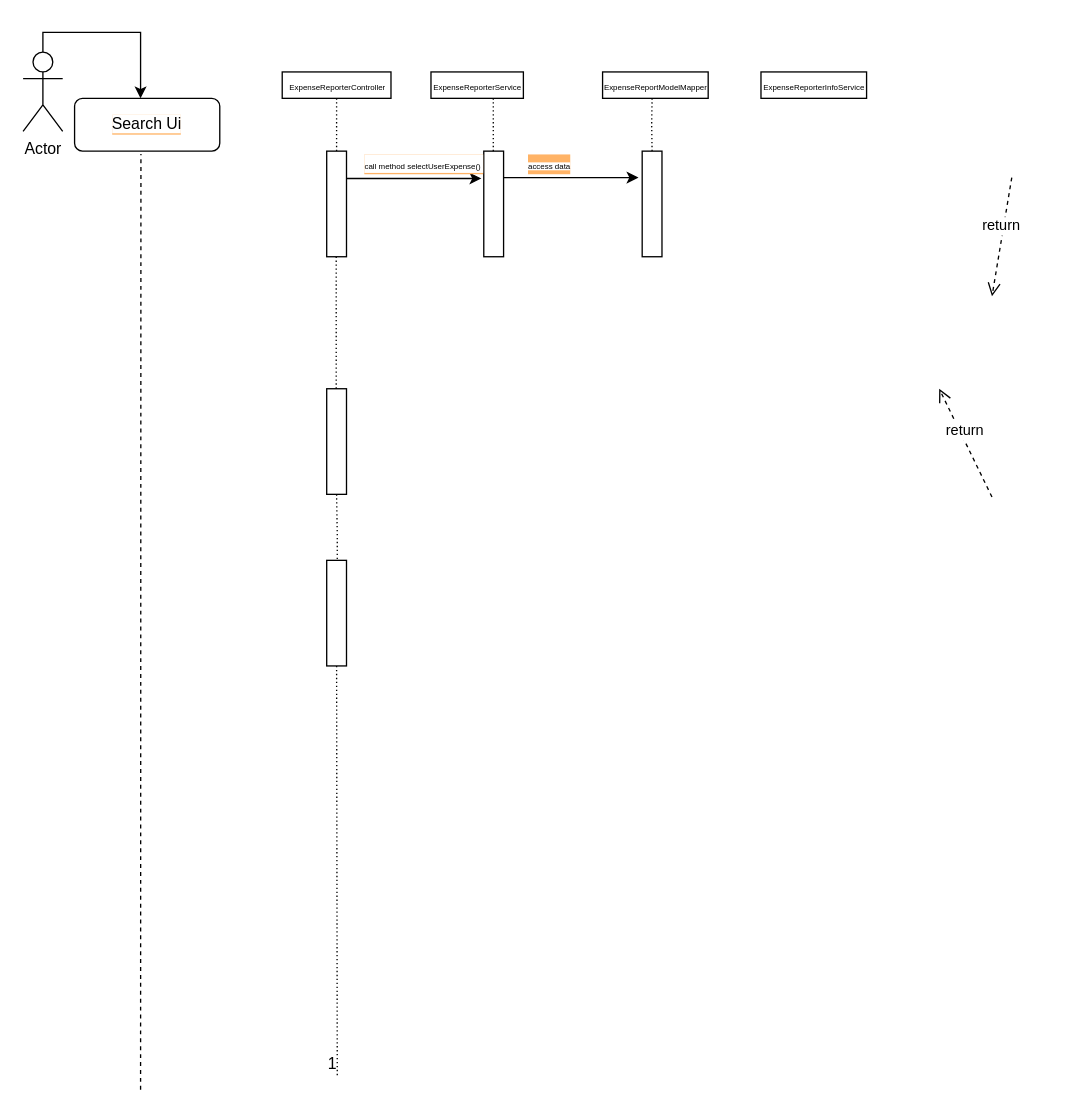
This is Sequence Diagram.drawio from Steven-Chuang-Yuan/task, a draw.io file, before an edit. Source tidied: cells renumbered, new cells numbered last; positions are measured from the earlier drawing's top-left corner, leaving out a move shared by most shapes. Both pictures are drawn from the tidied source at 132%, with x=0, y=0 at pixel (22, 32).
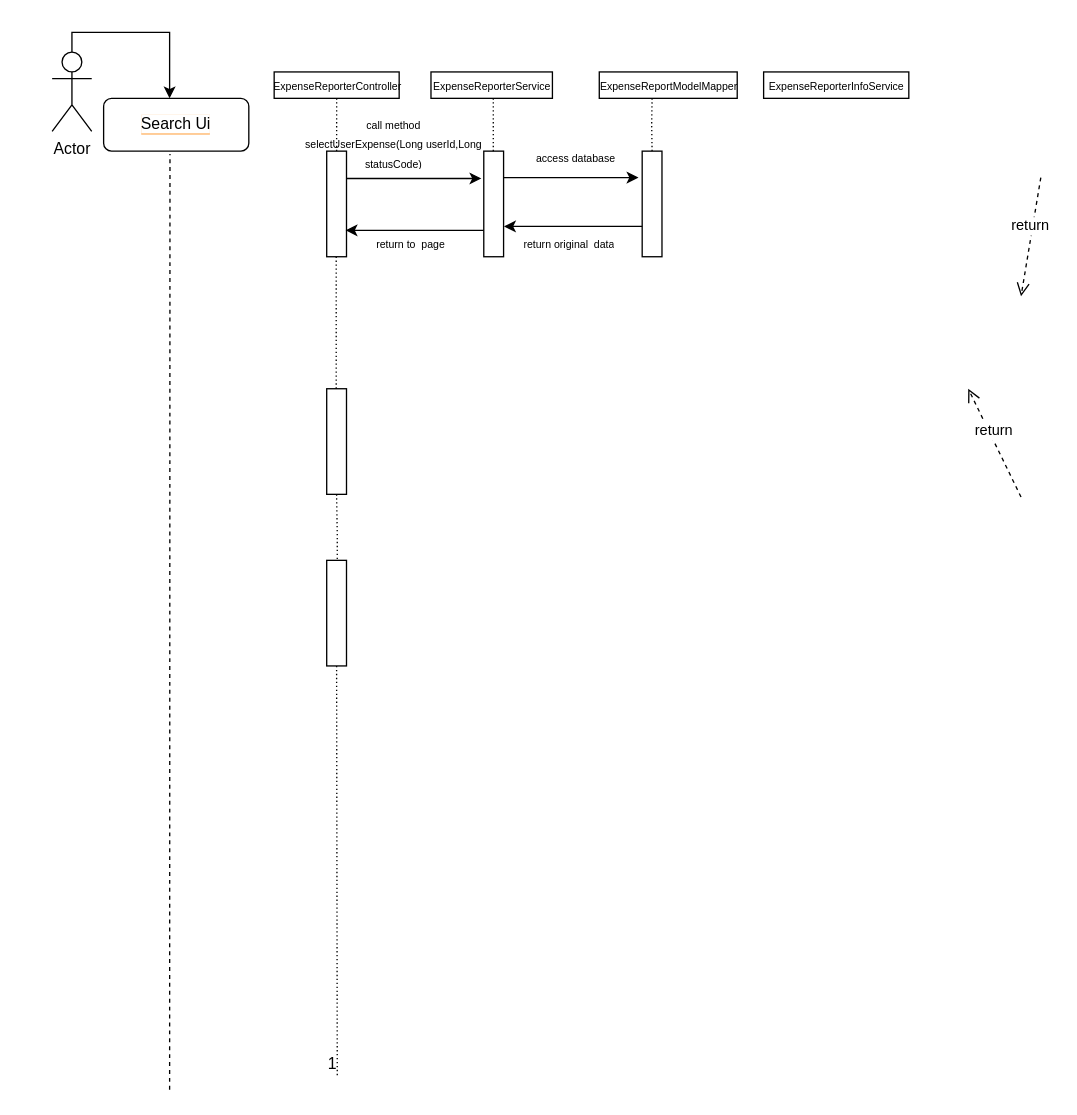
The same diagram, later.

Unchanged cells that the change refers to:
```xml
<mxCell id="25" style="points=[];perimeter=orthogonalPerimeter;rounded=0;shadow=0;strokeWidth=1;" parent="1" vertex="1">
  <mxGeometry x="349" y="90" width="15" height="80" as="geometry" />
</mxCell>
<mxCell id="30" style="points=[];perimeter=orthogonalPerimeter;rounded=0;shadow=0;strokeWidth=1;" parent="1" vertex="1">
  <mxGeometry x="469" y="90" width="15" height="80" as="geometry" />
</mxCell>
```

The edit, as a diff of the source:
```diff
@@
     <mxCell id="2" value="return" style="verticalAlign=bottom;endArrow=open;dashed=1;endSize=8;exitX=0;exitY=0.95;shadow=0;strokeWidth=1;" parent="1" edge="1">
       <mxGeometry relative="1" as="geometry">
-        <mxPoint x="734" y="352" as="sourcePoint" />
-        <mxPoint x="694" y="270" as="targetPoint" />
+        <mxPoint x="756" y="352" as="sourcePoint" />
+        <mxPoint x="716" y="270" as="targetPoint" />
       </mxGeometry>
     </mxCell>
     <mxCell id="3" value="return" style="verticalAlign=bottom;endArrow=open;dashed=1;endSize=8;shadow=0;strokeWidth=1;" parent="1" edge="1">
       <mxGeometry relative="1" as="geometry">
-        <mxPoint x="749" y="110" as="sourcePoint" />
-        <mxPoint x="734" y="200" as="targetPoint" />
+        <mxPoint x="771" y="110" as="sourcePoint" />
+        <mxPoint x="756" y="200" as="targetPoint" />
       </mxGeometry>
     </mxCell>
-    <mxCell id="4" value="&lt;font style=&quot;font-size: 6px&quot;&gt;ExpenseReporterController&lt;/font&gt;" style="html=1;" parent="1" vertex="1">
-      <mxGeometry x="196.3" y="30" width="82.4" height="20" as="geometry" />
+    <mxCell id="4" value="&lt;font style=&quot;font-size: 8px&quot;&gt;ExpenseReporterController&lt;/font&gt;" style="html=1;" parent="1" vertex="1">
+      <mxGeometry x="190.2" y="30" width="94.7" height="20" as="geometry" />
     </mxCell>
-    <mxCell id="5" value="&lt;font style=&quot;font-size: 6px&quot;&gt;ExpenseReporterService&lt;/font&gt;" style="html=1;" parent="1" vertex="1">
-      <mxGeometry x="309" y="30" width="70" height="20" as="geometry" />
+    <mxCell id="5" value="&lt;font style=&quot;font-size: 8px&quot;&gt;ExpenseReporterService&lt;/font&gt;" style="html=1;" parent="1" vertex="1">
+      <mxGeometry x="309" y="30" width="92" height="20" as="geometry" />
     </mxCell>
-    <mxCell id="6" value="&lt;font style=&quot;font-size: 6px&quot;&gt;ExpenseReportModelMapper&lt;/font&gt;" style="html=1;" parent="1" vertex="1">
-      <mxGeometry x="439" y="30" width="80" height="20" as="geometry" />
+    <mxCell id="6" value="&lt;font style=&quot;font-size: 8px&quot;&gt;ExpenseReportModelMapper&lt;/font&gt;" style="html=1;" parent="1" vertex="1">
+      <mxGeometry x="436.5" y="30" width="104.5" height="20" as="geometry" />
     </mxCell>
@@
     <mxCell id="17" style="edgeStyle=orthogonalEdgeStyle;rounded=0;jettySize=auto;html=1;exitX=0.5;exitY=0;exitDx=0;exitDy=0;exitPerimeter=0;" parent="1" edge="1" source="18">
       <mxGeometry relative="1" as="geometry">
-        <mxPoint x="89" y="50" as="targetPoint" />
+        <mxPoint x="111" y="50" as="targetPoint" />
         <Array as="points">
-          <mxPoint x="15" />
+          <mxPoint x="37" />
         </Array>
       </mxGeometry>
     </mxCell>
     <mxCell id="18" value="Actor" style="shape=umlActor;verticalLabelPosition=bottom;verticalAlign=top;html=1;" parent="1" vertex="1">
-      <mxGeometry y="15" width="30" height="60" as="geometry" />
+      <mxGeometry x="22" y="15" width="30" height="60" as="geometry" />
     </mxCell>
@@
     <mxCell id="20" value="&lt;span style=&quot;background-color: rgb(255 , 255 , 255)&quot;&gt;Search Ui&lt;/span&gt;" style="rounded=1;whiteSpace=wrap;html=1;labelBackgroundColor=#FFB366;" parent="1" vertex="1">
-      <mxGeometry x="39" y="50" width="110" height="40" as="geometry" />
+      <mxGeometry x="61" y="50" width="110" height="40" as="geometry" />
     </mxCell>
     <mxCell id="21" style="endArrow=none;dashed=1;html=1;entryX=0.457;entryY=1.056;entryDx=0;entryDy=0;entryPerimeter=0;" parent="1" edge="1" target="20">
       <mxGeometry relative="1" as="geometry">
-        <mxPoint x="89" y="801.1" as="sourcePoint" />
+        <mxPoint x="111" y="801.1" as="sourcePoint" />
       </mxGeometry>
     </mxCell>
-    <mxCell id="22" value="&lt;font style=&quot;font-size: 6px&quot;&gt;ExpenseReporterInfoService&lt;/font&gt;" style="html=1;" parent="1" vertex="1">
-      <mxGeometry x="559" y="30" width="80" height="20" as="geometry" />
+    <mxCell id="22" value="&lt;font style=&quot;font-size: 8px&quot;&gt;ExpenseReporterInfoService&lt;/font&gt;" style="html=1;" parent="1" vertex="1">
+      <mxGeometry x="561" y="30" width="110" height="20" as="geometry" />
     </mxCell>
@@
-    <mxCell id="29" value="&lt;span style=&quot;background-color: rgb(255 , 255 , 255)&quot;&gt;&lt;font style=&quot;font-size: 6px&quot;&gt;call method selectUserExpense()&amp;nbsp;&lt;/font&gt;&lt;/span&gt;" style="text;html=1;strokeColor=none;fillColor=none;align=center;verticalAlign=middle;whiteSpace=wrap;rounded=0;labelBackgroundColor=#FFB366;" parent="1" vertex="1">
-      <mxGeometry x="244" y="90" width="120" height="20" as="geometry" />
-    </mxCell>
@@
-    <mxCell id="34" value="&lt;span style=&quot;font-size: 6px ; background-color: rgb(255 , 255 , 255)&quot;&gt;access data&lt;/span&gt;" style="text;html=1;align=center;verticalAlign=middle;whiteSpace=wrap;rounded=0;labelBackgroundColor=#FFB366;" parent="1" vertex="1">
-      <mxGeometry x="379" y="90" width="40" height="20" as="geometry" />
-    </mxCell>
+    <mxCell id="35" value="&lt;div&gt;&lt;font style=&quot;font-size: 8px&quot;&gt;call method &lt;br&gt;&lt;/font&gt;&lt;/div&gt;&lt;div&gt;&lt;font style=&quot;font-size: 8px&quot;&gt;selectUserExpense(Long userId,Long statusCode)&lt;/font&gt;&lt;/div&gt;" style="text;html=1;strokeColor=none;fillColor=none;align=center;verticalAlign=middle;whiteSpace=wrap;overflow=hidden;" parent="1" vertex="1">
+      <mxGeometry x="196.3" y="60" width="170" height="45" as="geometry" />
+    </mxCell>
+    <mxCell id="36" value="&lt;font style=&quot;font-size: 8px&quot;&gt;access database&lt;/font&gt;" style="text;html=1;strokeColor=none;fillColor=none;align=center;verticalAlign=middle;whiteSpace=wrap;overflow=hidden;" parent="1" vertex="1">
+      <mxGeometry x="379" y="85" width="80" height="20" as="geometry" />
+    </mxCell>
+    <mxCell id="37" style="endArrow=classic;html=1;entryX=1.022;entryY=0.713;entryDx=0;entryDy=0;entryPerimeter=0;exitX=0;exitY=0.713;exitDx=0;exitDy=0;exitPerimeter=0;" parent="1" edge="1" source="30" target="25">
+      <mxGeometry relative="1" as="geometry" />
+    </mxCell>
+    <mxCell id="38" value="&lt;font style=&quot;font-size: 8px&quot;&gt;return original&amp;nbsp; data&lt;/font&gt;" style="text;html=1;strokeColor=none;fillColor=none;align=center;verticalAlign=middle;whiteSpace=wrap;overflow=hidden;" parent="1" vertex="1">
+      <mxGeometry x="359" y="150" width="110" height="20" as="geometry" />
+    </mxCell>
+    <mxCell id="39" style="endArrow=classic;html=1;entryX=1.022;entryY=0.713;entryDx=0;entryDy=0;entryPerimeter=0;exitX=0;exitY=0.713;exitDx=0;exitDy=0;exitPerimeter=0;" parent="1" edge="1">
+      <mxGeometry relative="1" as="geometry">
+        <mxPoint x="349" y="150" as="sourcePoint" />
+        <mxPoint x="244.3" y="150" as="targetPoint" />
+      </mxGeometry>
+    </mxCell>
+    <mxCell id="40" value="&lt;font style=&quot;font-size: 8px&quot;&gt;return to&amp;nbsp; page&lt;br&gt;&lt;/font&gt;" style="text;html=1;strokeColor=none;fillColor=none;align=center;verticalAlign=middle;whiteSpace=wrap;overflow=hidden;" parent="1" vertex="1">
+      <mxGeometry x="239" y="150" width="110" height="20" as="geometry" />
+    </mxCell>
```
